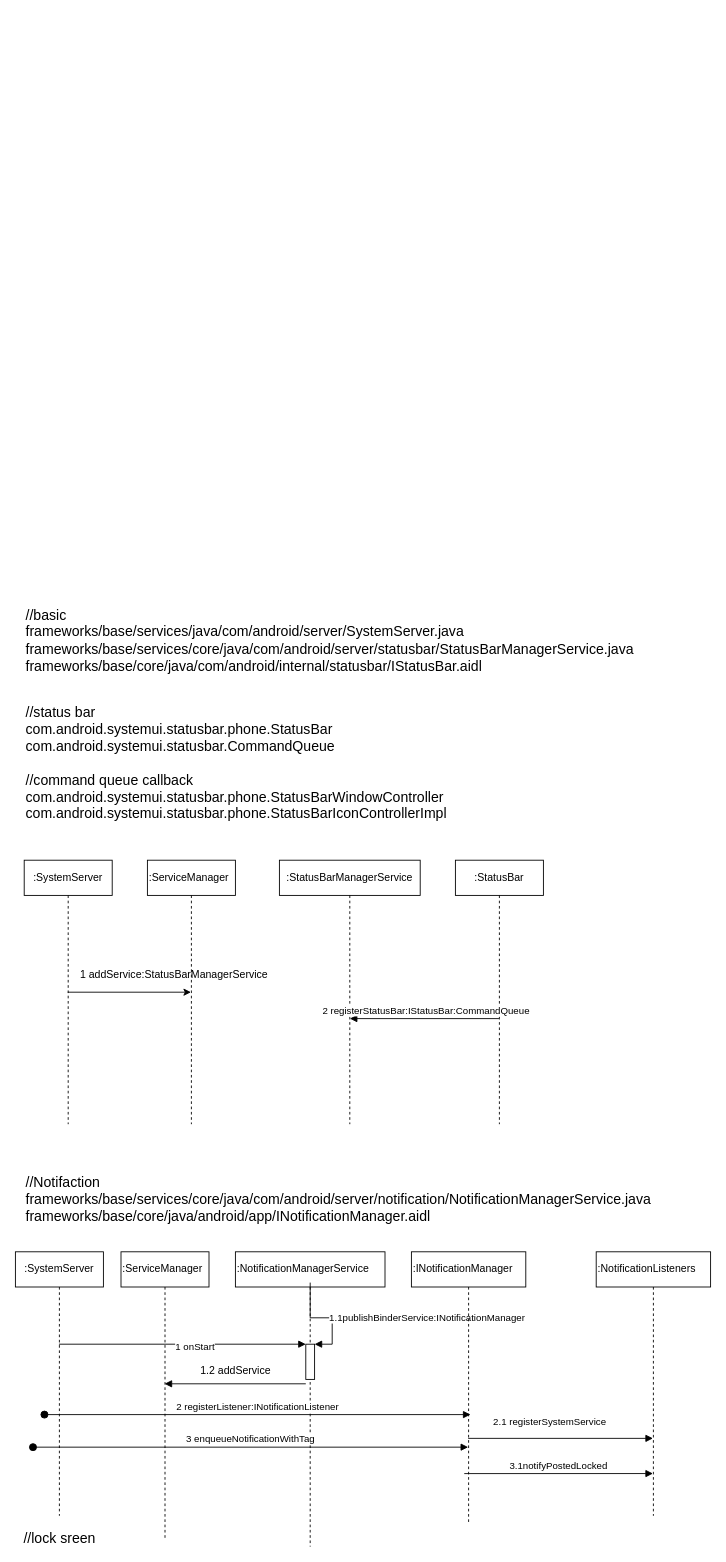
LBACK1912/chart keeps this draw.io diagram as page "SystemUI" (2 of 11) of AF review.drawio. Above is the earlier version. Source tidied: cells renumbered, new cells numbered last; positions are measured from the earlier drawing's top-left corner, leaving out a move shared by most shapes. Both pictures are drawn from the tidied source at 88%, with x=0, y=0 at pixel (15, 609).
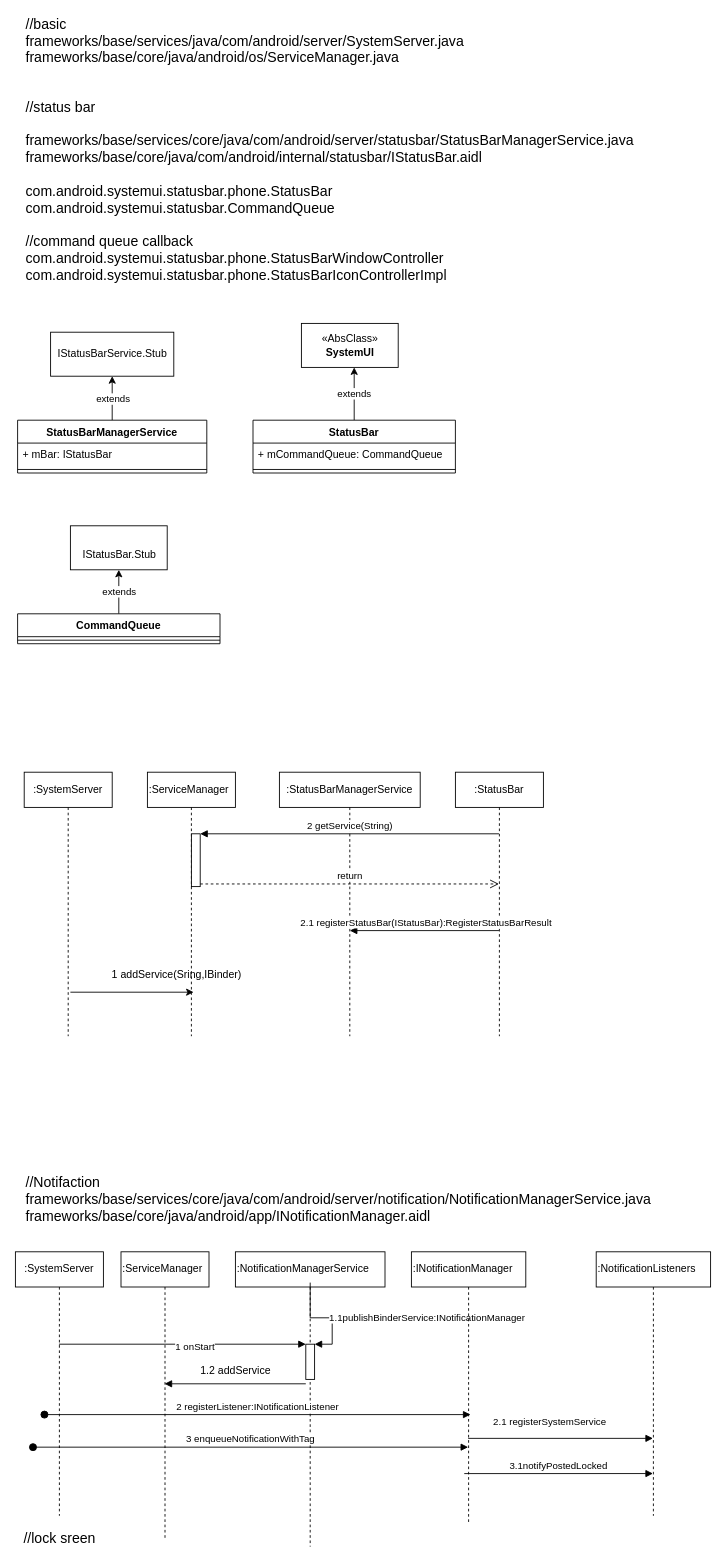
The same diagram, later.

Diff of the diagram source:
```diff
@@
-    <mxCell id="2" value="&lt;div style=&quot;font-size: 16px&quot; align=&quot;left&quot;&gt;&lt;font style=&quot;font-size: 16px&quot;&gt;&lt;br&gt;&lt;/font&gt;&lt;/div&gt;&lt;div style=&quot;font-size: 16px&quot; align=&quot;left&quot;&gt;&lt;font style=&quot;font-size: 16px&quot;&gt;//status bar&lt;br&gt;&lt;/font&gt;&lt;/div&gt;&lt;div style=&quot;font-size: 16px&quot; align=&quot;left&quot;&gt;&lt;font style=&quot;font-size: 16px&quot;&gt;com.android.systemui.statusbar.phone.StatusBar&lt;br&gt;com.android.systemui.statusbar.CommandQueue&lt;/font&gt;&lt;/div&gt;&lt;div style=&quot;font-size: 16px&quot; align=&quot;left&quot;&gt;&lt;br&gt;&lt;/div&gt;&lt;div style=&quot;font-size: 16px&quot; align=&quot;left&quot;&gt;//command queue callback&lt;br&gt;&lt;font style=&quot;font-size: 16px&quot;&gt;&lt;font style=&quot;font-size: 16px&quot;&gt;com.android.systemui.statusbar.phone.StatusBarWindowController&lt;/font&gt;&lt;/font&gt;&lt;/div&gt;&lt;div style=&quot;font-size: 16px&quot; align=&quot;left&quot;&gt;&lt;font style=&quot;font-size: 16px&quot;&gt;&lt;font style=&quot;font-size: 16px&quot;&gt;com.android.systemui.statusbar.phone.&lt;/font&gt;StatusBarIconControllerImpl&lt;/font&gt;&lt;/div&gt;" style="text;html=1;align=left;verticalAlign=middle;" parent="1" vertex="1">
-      <mxGeometry x="10" y="105" width="530" height="120" as="geometry" />
+    <mxCell id="2" value="&lt;div style=&quot;font-size: 16px&quot; align=&quot;left&quot;&gt;&lt;font style=&quot;font-size: 16px&quot;&gt;&lt;br&gt;&lt;/font&gt;&lt;/div&gt;&lt;div style=&quot;font-size: 16px&quot; align=&quot;left&quot;&gt;&lt;font style=&quot;font-size: 16px&quot;&gt;//status bar&lt;br&gt;&lt;/font&gt;&lt;/div&gt;&lt;div style=&quot;font-size: 16px&quot; align=&quot;left&quot;&gt;&lt;br&gt;&lt;div&gt;&lt;font style=&quot;font-size: 16px&quot;&gt;frameworks/base/services/core/java/com/android/server/statusbar/StatusBarManagerService.java&lt;br&gt;&lt;/font&gt;&lt;/div&gt;&lt;div&gt;&lt;font style=&quot;font-size: 16px&quot;&gt;frameworks/base/core/java/com/android/internal/statusbar/IStatusBar.aidl&lt;/font&gt;&lt;/div&gt;&lt;div&gt;&lt;font style=&quot;font-size: 16px&quot;&gt;&lt;br&gt;&lt;/font&gt;&lt;/div&gt;&lt;/div&gt;&lt;div style=&quot;font-size: 16px&quot; align=&quot;left&quot;&gt;&lt;font style=&quot;font-size: 16px&quot;&gt;com.android.systemui.statusbar.phone.StatusBar&lt;br&gt;com.android.systemui.statusbar.CommandQueue&lt;/font&gt;&lt;/div&gt;&lt;div style=&quot;font-size: 16px&quot; align=&quot;left&quot;&gt;&lt;br&gt;&lt;/div&gt;&lt;div style=&quot;font-size: 16px&quot; align=&quot;left&quot;&gt;//command queue callback&lt;br&gt;&lt;font style=&quot;font-size: 16px&quot;&gt;&lt;font style=&quot;font-size: 16px&quot;&gt;com.android.systemui.statusbar.phone.StatusBarWindowController&lt;/font&gt;&lt;/font&gt;&lt;/div&gt;&lt;div style=&quot;font-size: 16px&quot; align=&quot;left&quot;&gt;&lt;font style=&quot;font-size: 16px&quot;&gt;&lt;font style=&quot;font-size: 16px&quot;&gt;com.android.systemui.statusbar.phone.&lt;/font&gt;StatusBarIconControllerImpl&lt;/font&gt;&lt;/div&gt;" style="text;html=1;align=left;verticalAlign=middle;" parent="1" vertex="1">
+      <mxGeometry x="10" y="-570" width="710" height="170" as="geometry" />
     </mxCell>
     <mxCell id="3" value=":StatusBarManagerService" style="shape=umlLifeline;perimeter=lifelinePerimeter;whiteSpace=wrap;html=1;outlineConnect=0;" parent="1" vertex="1">
-      <mxGeometry x="300" y="285" width="160" height="300" as="geometry" />
+      <mxGeometry x="300" y="185" width="160" height="300" as="geometry" />
     </mxCell>
-    <mxCell id="4" style="edgeStyle=orthogonalEdgeStyle;rounded=0;jettySize=auto;html=1;" parent="1" edge="1" source="5" target="20">
-      <mxGeometry relative="1" as="geometry" />
+    <mxCell id="4" style="edgeStyle=orthogonalEdgeStyle;rounded=0;orthogonalLoop=1;jettySize=auto;html=1;" parent="1" edge="1">
+      <mxGeometry relative="1" as="geometry">
+        <mxPoint x="62.5" y="435" as="sourcePoint" />
+        <mxPoint x="202.5" y="435" as="targetPoint" />
+      </mxGeometry>
     </mxCell>
     <mxCell id="5" value=":SystemServer" style="shape=umlLifeline;perimeter=lifelinePerimeter;whiteSpace=wrap;html=1;outlineConnect=0;" parent="1" vertex="1">
-      <mxGeometry x="10" y="285" width="100" height="300" as="geometry" />
+      <mxGeometry x="10" y="185" width="100" height="300" as="geometry" />
     </mxCell>
     <mxCell id="6" value=":StatusBar" style="shape=umlLifeline;perimeter=lifelinePerimeter;whiteSpace=wrap;html=1;outlineConnect=0;" parent="1" vertex="1">
-      <mxGeometry x="500" y="285" width="100" height="300" as="geometry" />
+      <mxGeometry x="500" y="185" width="100" height="300" as="geometry" />
     </mxCell>
-    <mxCell id="7" value="&amp;nbsp;2 registerStatusBar:IStatusBar:CommandQueue" style="html=1;verticalAlign=bottom;endArrow=block;" parent="1" edge="1" source="6" target="3">
+    <mxCell id="7" value="&amp;nbsp;2.1 registerStatusBar(IStatusBar):&lt;span class=&quot;cm-type&quot;&gt;RegisterStatusBarResult&lt;/span&gt;" style="html=1;verticalAlign=bottom;endArrow=block;" parent="1" edge="1" source="6" target="3">
       <mxGeometry relative="1" as="geometry">
         <Array as="points">
-          <mxPoint x="380" y="465" />
+          <mxPoint x="380" y="365" />
         </Array>
       </mxGeometry>
     </mxCell>
-    <mxCell id="8" value="&lt;div&gt;&lt;font style=&quot;font-size: 16px&quot;&gt;//basic&lt;br&gt;&lt;/font&gt;&lt;/div&gt;&lt;div&gt;&lt;font style=&quot;font-size: 16px&quot;&gt;frameworks/base/services/java/com/android/server/SystemServer.java&lt;br&gt;&lt;/font&gt;&lt;/div&gt;&lt;div&gt;&lt;font style=&quot;font-size: 16px&quot;&gt;frameworks/base/services/core/java/com/android/server/statusbar/StatusBarManagerService.java&lt;br&gt;&lt;/font&gt;&lt;/div&gt;&lt;div&gt;&lt;font style=&quot;font-size: 16px&quot;&gt;frameworks/base/core/java/com/android/internal/statusbar/IStatusBar.aidl&lt;/font&gt;&lt;br&gt;&lt;font style=&quot;font-size: 16px&quot;&gt;&lt;/font&gt;&lt;/div&gt;" style="text;html=1;align=left;verticalAlign=middle;" parent="1" vertex="1">
-      <mxGeometry x="10" width="750" height="70" as="geometry" />
+    <mxCell id="8" value="&lt;div&gt;&lt;font style=&quot;font-size: 16px&quot;&gt;//basic&lt;br&gt;&lt;/font&gt;&lt;/div&gt;&lt;div&gt;&lt;font style=&quot;font-size: 16px&quot;&gt;frameworks/base/services/java/com/android/server/SystemServer.java&lt;br&gt;&lt;/font&gt;&lt;/div&gt;&lt;font style=&quot;font-size: 16px&quot;&gt;frameworks/base/core/java/android/os/ServiceManager.java&lt;/font&gt;&lt;div&gt;&lt;div&gt;&lt;font style=&quot;font-size: 16px&quot;&gt;&lt;br&gt;&lt;/font&gt;&lt;/div&gt;&lt;br&gt;&lt;font style=&quot;font-size: 16px&quot;&gt;&lt;/font&gt;&lt;/div&gt;&lt;div&gt;&lt;br&gt;&lt;/div&gt;&lt;div&gt;&lt;br&gt;&lt;/div&gt;" style="text;html=1;align=left;verticalAlign=middle;" parent="1" vertex="1">
+      <mxGeometry x="10" y="-670" width="510" height="110" as="geometry" />
     </mxCell>
@@
     <mxCell id="20" value=":ServiceManager" style="shape=umlLifeline;perimeter=lifelinePerimeter;whiteSpace=wrap;html=1;outlineConnect=0;align=left;" parent="1" vertex="1">
-      <mxGeometry x="150" y="285" width="100" height="300" as="geometry" />
+      <mxGeometry x="150" y="185" width="100" height="300" as="geometry" />
     </mxCell>
+    <mxCell id="28" style="html=1;points=[];perimeter=orthogonalPerimeter;align=center;" parent="20" vertex="1">
+      <mxGeometry x="50" y="70" width="10" height="60" as="geometry" />
+    </mxCell>
@@
-    <mxCell id="25" value="1 addService:StatusBarManagerService" style="text;html=1;align=center;verticalAlign=middle;" parent="1" vertex="1">
-      <mxGeometry x="65" y="405" width="230" height="20" as="geometry" />
+    <mxCell id="25" value="1 addService(Sring,IBinder)" style="text;html=1;align=center;verticalAlign=middle;" parent="1" vertex="1">
+      <mxGeometry x="103" y="405" width="160" height="20" as="geometry" />
     </mxCell>
@@
+    <mxCell id="29" value="extends" style="edgeStyle=orthogonalEdgeStyle;rounded=0;jettySize=auto;html=1;entryX=0.5;entryY=1;entryDx=0;entryDy=0;" parent="1" edge="1" source="30">
+      <mxGeometry relative="1" as="geometry">
+        <mxPoint x="110" y="-265" as="targetPoint" />
+      </mxGeometry>
+    </mxCell>
+    <mxCell id="30" value="StatusBarManagerService " style="swimlane;fontStyle=1;align=center;verticalAlign=top;horizontal=1;startSize=26;" parent="1" vertex="1">
+      <mxGeometry x="2.5" y="-215" width="215" height="60" as="geometry" />
+    </mxCell>
+    <mxCell id="31" value="+ mBar: IStatusBar " style="text;strokeColor=none;fillColor=none;align=left;verticalAlign=top;spacingLeft=4;spacingRight=4;overflow=hidden;" parent="30" vertex="1">
+      <mxGeometry y="26" width="215" height="26" as="geometry" />
+    </mxCell>
+    <mxCell id="32" style="line;strokeWidth=1;fillColor=none;align=left;verticalAlign=middle;spacingTop=-1;spacingLeft=3;spacingRight=3;labelPosition=right;" parent="30" vertex="1">
+      <mxGeometry y="52" width="215" height="8" as="geometry" />
+    </mxCell>
+    <mxCell id="33" value="extends" style="edgeStyle=orthogonalEdgeStyle;rounded=0;orthogonalLoop=1;jettySize=auto;html=1;entryX=0.682;entryY=1;entryDx=0;entryDy=0;entryPerimeter=0;" parent="1" edge="1">
+      <mxGeometry relative="1" as="geometry">
+        <mxPoint x="385" y="-215" as="sourcePoint" />
+        <mxPoint x="385" y="-275" as="targetPoint" />
+      </mxGeometry>
+    </mxCell>
+    <mxCell id="34" value="StatusBar" style="swimlane;fontStyle=1;align=center;verticalAlign=top;horizontal=1;startSize=26;" parent="1" vertex="1">
+      <mxGeometry x="270" y="-215" width="230" height="60" as="geometry" />
+    </mxCell>
+    <mxCell id="35" value="+ mCommandQueue: CommandQueue" style="text;strokeColor=none;fillColor=none;align=left;verticalAlign=top;spacingLeft=4;spacingRight=4;overflow=hidden;" parent="34" vertex="1">
+      <mxGeometry y="26" width="230" height="26" as="geometry" />
+    </mxCell>
+    <mxCell id="36" style="line;strokeWidth=1;fillColor=none;align=left;verticalAlign=middle;spacingTop=-1;spacingLeft=3;spacingRight=3;labelPosition=right;" parent="34" vertex="1">
+      <mxGeometry y="52" width="230" height="8" as="geometry" />
+    </mxCell>
+    <mxCell id="37" value="&lt;span class=&quot;cm-qualifier&quot;&gt;IStatusBarService&lt;/span&gt;.&lt;span class=&quot;cm-type&quot;&gt;Stub&lt;/span&gt;" style="html=1;align=center;" parent="1" vertex="1">
+      <mxGeometry x="40" y="-315" width="140" height="50" as="geometry" />
+    </mxCell>
+    <mxCell id="38" value="extends" style="edgeStyle=orthogonalEdgeStyle;rounded=0;jettySize=auto;html=1;entryX=0.5;entryY=1;entryDx=0;entryDy=0;" parent="1" edge="1" source="39" target="41">
+      <mxGeometry relative="1" as="geometry" />
+    </mxCell>
+    <mxCell id="39" value="CommandQueue" style="swimlane;fontStyle=1;align=center;verticalAlign=top;horizontal=1;startSize=26;" parent="1" vertex="1">
+      <mxGeometry x="2.5" y="5" width="230" height="34" as="geometry" />
+    </mxCell>
+    <mxCell id="40" style="line;strokeWidth=1;fillColor=none;align=left;verticalAlign=middle;spacingTop=-1;spacingLeft=3;spacingRight=3;labelPosition=right;" parent="39" vertex="1">
+      <mxGeometry y="26" width="230" height="8" as="geometry" />
+    </mxCell>
+    <mxCell id="41" value="&lt;br&gt;&lt;span class=&quot;cm-qualifier&quot;&gt;IStatusBar.Stub&lt;/span&gt;&lt;span class=&quot;cm-keyword&quot;&gt;&lt;/span&gt;" style="html=1;align=center;" parent="1" vertex="1">
+      <mxGeometry x="62.5" y="-95" width="110" height="50" as="geometry" />
+    </mxCell>
+    <mxCell id="42" value="«AbsClass»&lt;br&gt;&lt;b&gt;SystemUI&lt;/b&gt;" style="html=1;align=center;" parent="1" vertex="1">
+      <mxGeometry x="325" y="-325" width="110" height="50" as="geometry" />
+    </mxCell>
+    <mxCell id="43" value="2 getService(String)" style="html=1;verticalAlign=bottom;endArrow=block;entryX=1;entryY=0;" parent="1" edge="1" source="6" target="28">
+      <mxGeometry relative="1" as="geometry" />
+    </mxCell>
+    <mxCell id="44" value="return" style="html=1;verticalAlign=bottom;endArrow=open;dashed=1;endSize=8;exitX=1;exitY=0.95;" parent="1" edge="1" source="28" target="6">
+      <mxGeometry relative="1" as="geometry" />
+    </mxCell>
```
